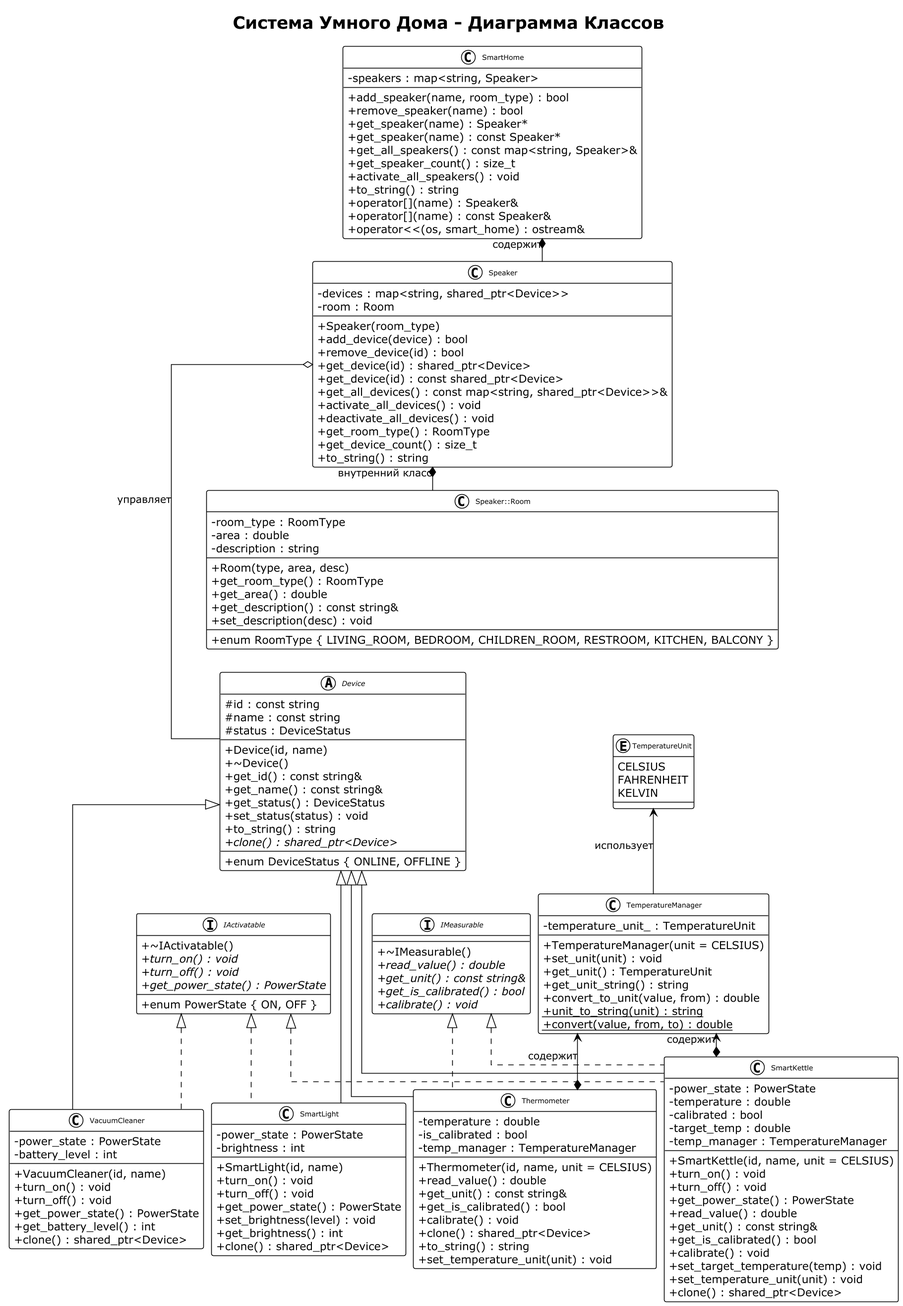
The PlantUML diagram docs/SmartHouse_ClassDiagram.png in abigotado/smart-house, before a commit.
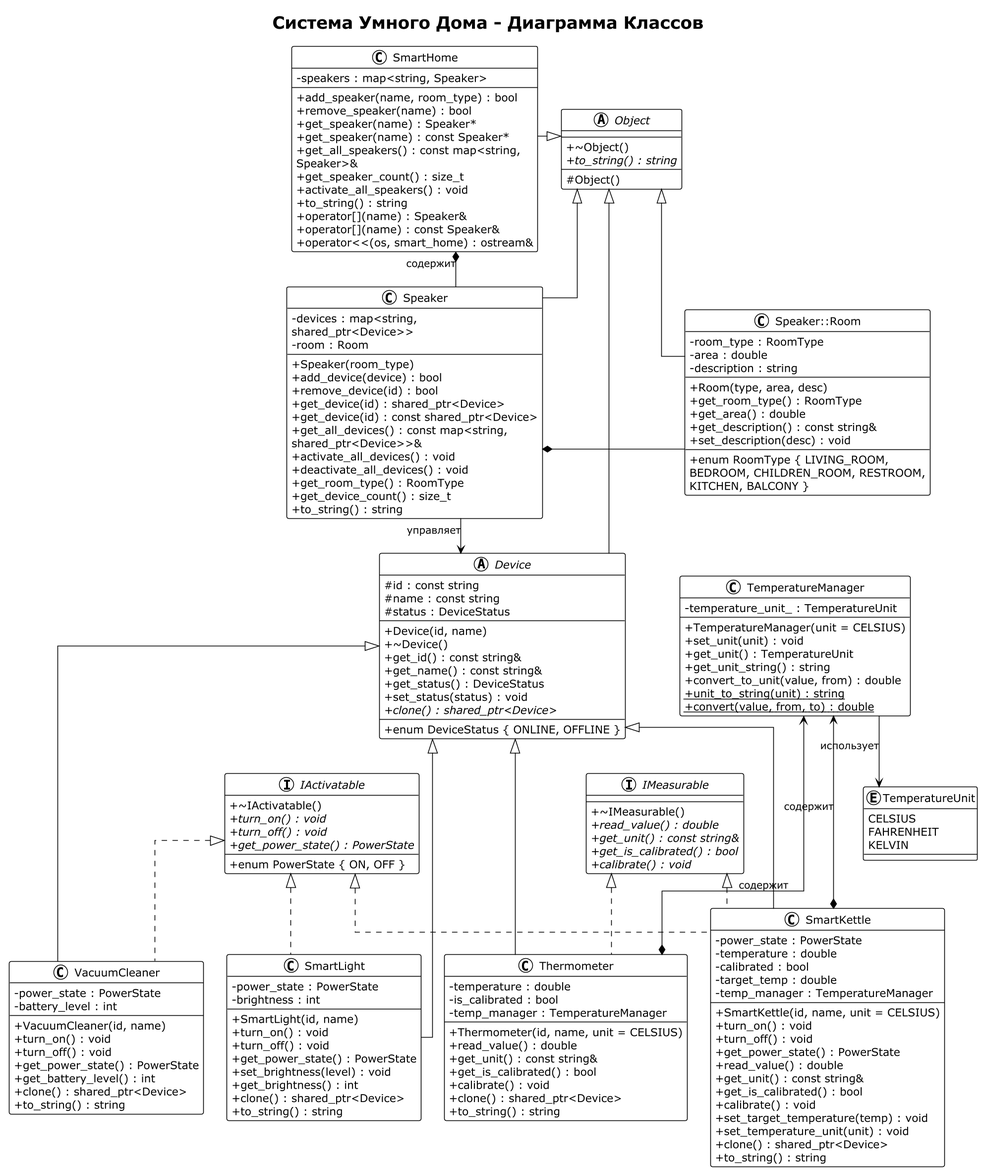
The same file after the commit.

What changed in the source:
```diff
@@ -2,12 +2,15 @@
 
 !theme plain
 skinparam classAttributeIconSize 0
-skinparam classFontSize 9
-skinparam packageFontSize 11
+skinparam classFontSize 14
+skinparam packageFontSize 12
 skinparam dpi 150
 skinparam linetype ortho
-skinparam nodesep 10
-skinparam ranksep 30
+skinparam nodesep 30
+skinparam ranksep 45
+skinparam minClassWidth 140
+skinparam maxClassWidth 350
+skinparam wrapWidth 320
 
 title "Система Умного Дома - Диаграмма Классов"
 
@@ -69,10 +72,17 @@
     + get_name() : const string&
     + get_status() : DeviceStatus
     + set_status(status) : void
-    + to_string() : string
     + {abstract} clone() : shared_ptr<Device>
     --
     + enum DeviceStatus { ONLINE, OFFLINE }
+}
+
+abstract class Object {
+    --
+    + ~Object()
+    + {abstract} to_string() : string
+    --
+    # Object()
 }
 
 enum TemperatureUnit {
@@ -110,6 +120,8 @@
     + {abstract} calibrate() : void
 }
 
+
+
 class VacuumCleaner {
     - power_state : PowerState
     - battery_level : int
@@ -120,6 +132,7 @@
     + get_power_state() : PowerState
     + get_battery_level() : int
     + clone() : shared_ptr<Device>
+    + to_string() : string
 }
 
 class SmartLight {
@@ -133,6 +146,7 @@
     + set_brightness(level) : void
     + get_brightness() : int
     + clone() : shared_ptr<Device>
+    + to_string() : string
 }
 
 class Thermometer {
@@ -147,7 +161,6 @@
     + calibrate() : void
     + clone() : shared_ptr<Device>
     + to_string() : string
-    + set_temperature_unit(unit) : void
 }
 
 class SmartKettle {
@@ -168,26 +181,32 @@
     + set_target_temperature(temp) : void
     + set_temperature_unit(unit) : void
     + clone() : shared_ptr<Device>
+    + to_string() : string
 }
 
+SmartHome -[hidden]right- Object
+Object -[hidden]right- TemperatureManager
+SmartHome -[hidden]down-> Speaker
+Speaker -[hidden]right- Room
+Object -[hidden]down-> Device
+Device -[hidden]right- TemperatureManager
+TemperatureManager -[hidden]down- TemperatureUnit
+Device -[hidden]down-> IActivatable
 IActivatable -[hidden]right- IMeasurable
-IMeasurable -[hidden]right- TemperatureManager
-
 VacuumCleaner -[hidden]right- SmartLight
 Thermometer -[hidden]right- SmartKettle
-
-SmartHome -[hidden]down-> Speaker
-Speaker -[hidden]down-> Room
-Room -[hidden]down-> Device
-Device -[hidden]down-> IActivatable
 IActivatable -[hidden]down-> VacuumCleaner
-TemperatureManager -[hidden]down-> Thermometer
+IMeasurable -[hidden]down-> Thermometer
 
 SmartHome *-- Speaker : "содержит"
-Speaker *-- Room : "внутренний класс"
+Speaker *-- Room
 
-Speaker o-- Device : "управляет"
+Speaker --> Device : "управляет"
 
+Object <|-- Device
+Object <|-- SmartHome
+Object <|-- Speaker
+Object <|-- Room
 Device <|-- VacuumCleaner
 Device <|-- SmartLight
 Device <|-- Thermometer
@@ -202,6 +221,6 @@
 TemperatureManager <--* Thermometer : "содержит"
 TemperatureManager <--* SmartKettle : "содержит"
 
-TemperatureUnit <-- TemperatureManager : "использует"
+TemperatureManager --> TemperatureUnit : "использует"
 
 @enduml
```
